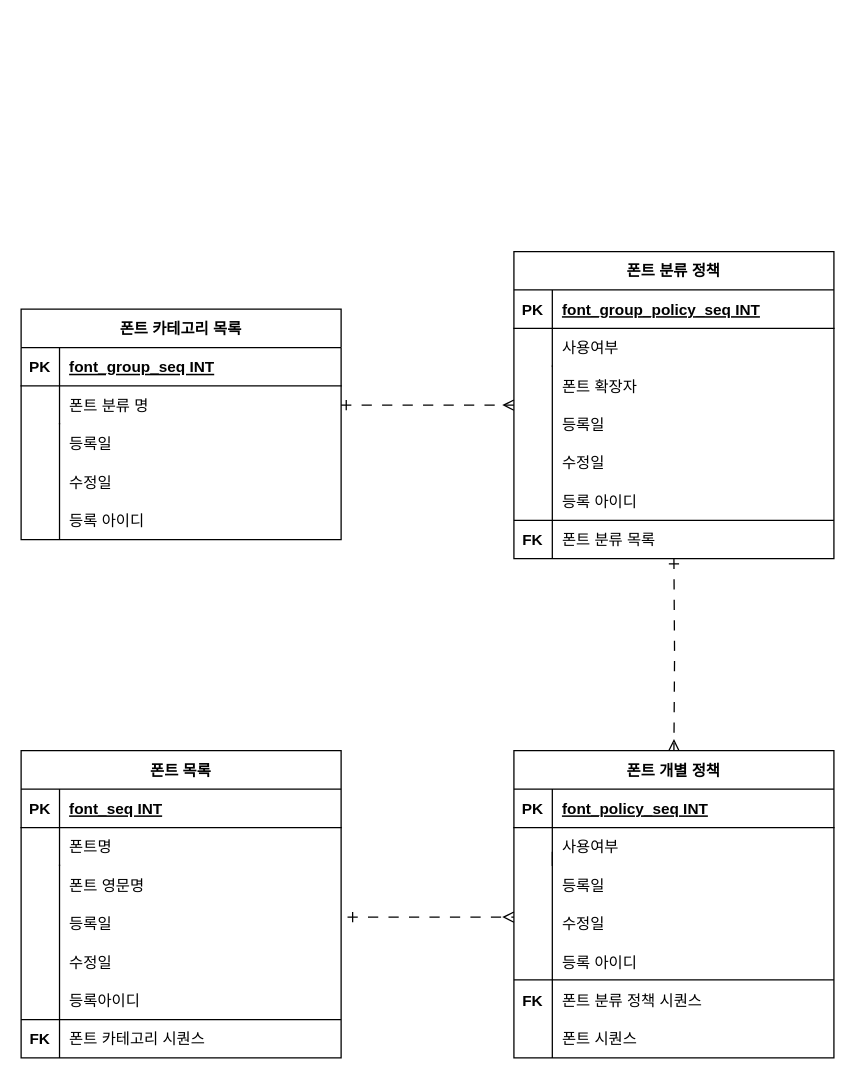
Earlier version of the draw.io diagram 제목 없는 다이어그램.drawio (lkis71/core). Source tidied: cells renumbered, new cells numbered last; positions are measured from the earlier drawing's top-left corner, leaving out a move shared by most shapes. Both pictures are drawn from the tidied source at 128%, with x=0, y=0 at pixel (20, 251).
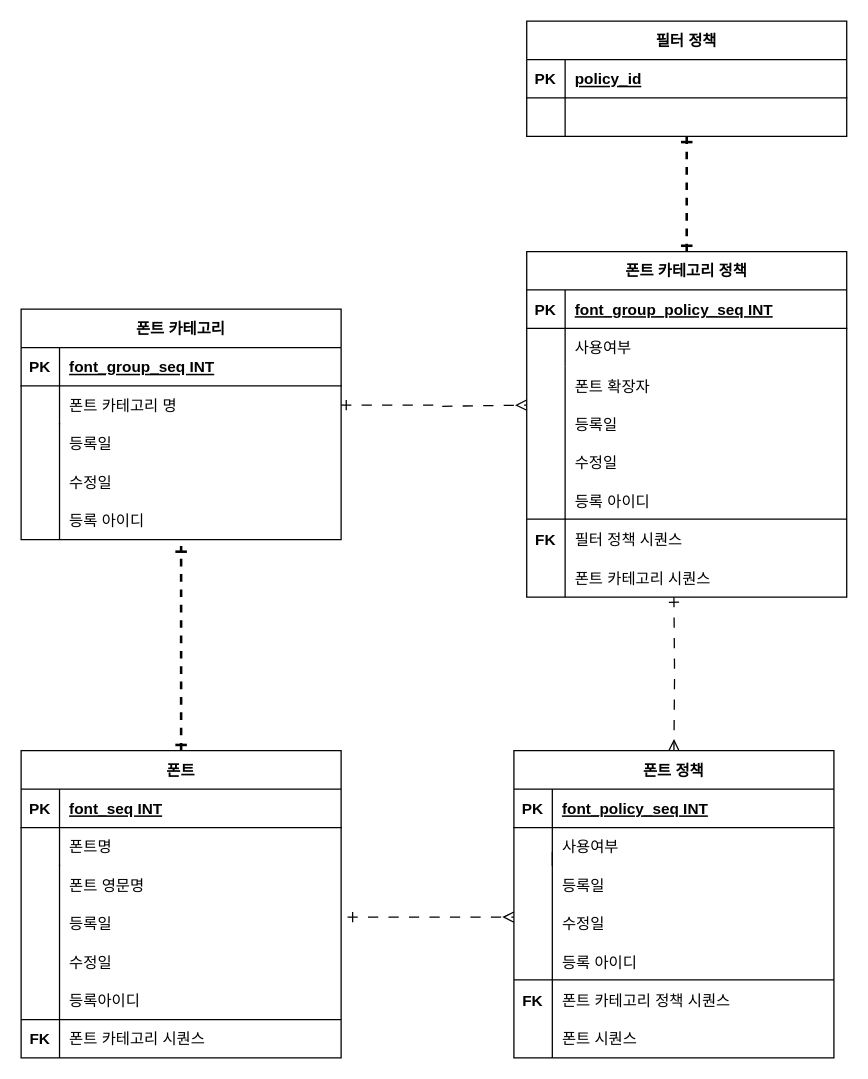
Above is the later version.

Commit message:
제목 없는 다이어그램.drawio 업데이트

The change refers to these unchanged cells:
```xml
<mxCell id="16" style="shape=partialRectangle;fillColor=none;top=0;left=0;right=0;bottom=1;" parent="15" vertex="1">
  <mxGeometry y="30" width="250" height="30" as="geometry" />
</mxCell>
<mxCell id="19" style="shape=partialRectangle;fillColor=none;points=[[0,0.5],[1,0.5]];portConstraint=eastwest;top=0;left=0;right=0;bottom=0;" parent="15" vertex="1">
  <mxGeometry y="60" width="250" height="30" as="geometry" />
</mxCell>
<mxCell id="49" style="shape=partialRectangle;fillColor=none;points=[[0,0.5],[1,0.5]];portConstraint=eastwest;top=0;left=0;right=0;bottom=0;" parent="45" vertex="1">
  <mxGeometry y="60" width="250" height="30" as="geometry" />
</mxCell>
```

What changed in the source:
```diff
@@
-    <mxCell id="2" value="폰트 목록" style="shape=table;startSize=30;childLayout=tableLayout;rowLines=0;fontStyle=1;align=center;" parent="1" vertex="1">
+    <mxCell id="2" value="폰트" style="shape=table;startSize=30;childLayout=tableLayout;rowLines=0;fontStyle=1;align=center;" parent="1" vertex="1">
       <mxGeometry y="390" width="250" height="240" as="geometry" />
     </mxCell>
@@
-    <mxCell id="15" value="폰트 분류 정책" style="shape=table;startSize=30;childLayout=tableLayout;rowLines=0;fontStyle=1;align=center;" parent="1" vertex="1">
-      <mxGeometry x="385" width="250" height="240" as="geometry" />
+    <mxCell id="15" value="필터 정책" style="shape=table;startSize=30;childLayout=tableLayout;rowLines=0;fontStyle=1;align=center;" parent="1" vertex="1">
+      <mxGeometry x="395" y="-180" width="250" height="90" as="geometry" />
     </mxCell>
@@
-    <mxCell id="18" value="font_group_policy_seq INT" style="shape=partialRectangle;overflow=hidden;fillColor=none;top=0;left=0;bottom=0;right=0;align=left;spacingLeft=6;fontStyle=5;" parent="16" vertex="1">
+    <mxCell id="18" value="policy_id" style="shape=partialRectangle;overflow=hidden;fillColor=none;top=0;left=0;bottom=0;right=0;align=left;spacingLeft=6;fontStyle=5;" parent="16" vertex="1">
       <mxGeometry x="30" width="220" height="30" as="geometry" />
     </mxCell>
@@
-    <mxCell id="21" value="사용여부" style="shape=partialRectangle;overflow=hidden;fillColor=none;top=0;left=0;bottom=0;right=0;align=left;spacingLeft=6;" parent="19" vertex="1">
+    <mxCell id="21" style="shape=partialRectangle;overflow=hidden;fillColor=none;top=0;left=0;bottom=0;right=0;align=left;spacingLeft=6;" parent="19" vertex="1">
       <mxGeometry x="30" width="220" height="30" as="geometry" />
     </mxCell>
@@
     <mxCell id="24" value="폰트 확장자" style="shape=partialRectangle;overflow=hidden;fillColor=none;top=0;left=0;bottom=0;right=0;align=left;spacingLeft=6;" parent="1" vertex="1">
-      <mxGeometry x="415" y="90" width="220" height="30" as="geometry" />
+      <mxGeometry x="425" y="90" width="220" height="30" as="geometry" />
     </mxCell>
     <mxCell id="25" value="등록일" style="shape=partialRectangle;overflow=hidden;fillColor=none;top=0;left=0;bottom=0;right=0;align=left;spacingLeft=6;" parent="1" vertex="1">
-      <mxGeometry x="415" y="120" width="220" height="30" as="geometry" />
+      <mxGeometry x="425" y="120" width="220" height="30" as="geometry" />
     </mxCell>
     <mxCell id="26" value="수정일" style="shape=partialRectangle;overflow=hidden;fillColor=none;top=0;left=0;bottom=0;right=0;align=left;spacingLeft=6;" parent="1" vertex="1">
-      <mxGeometry x="415" y="150" width="220" height="30" as="geometry" />
+      <mxGeometry x="425" y="150" width="220" height="30" as="geometry" />
     </mxCell>
     <mxCell id="27" value="등록 아이디" style="shape=partialRectangle;overflow=hidden;fillColor=none;top=0;left=0;bottom=0;right=0;align=left;spacingLeft=6;" parent="1" vertex="1">
-      <mxGeometry x="415" y="180" width="220" height="30" as="geometry" />
+      <mxGeometry x="425" y="180" width="220" height="30" as="geometry" />
     </mxCell>
     <mxCell id="28" style="endArrow=none;html=1;rounded=0;" parent="1" edge="1">
       <mxGeometry relative="1" as="geometry">
-        <mxPoint x="415" y="240" as="sourcePoint" />
-        <mxPoint x="415" y="89" as="targetPoint" />
+        <mxPoint x="425" y="270" as="sourcePoint" />
+        <mxPoint x="425" y="90" as="targetPoint" />
       </mxGeometry>
     </mxCell>
     <mxCell id="29" value="FK" style="shape=partialRectangle;overflow=hidden;fillColor=none;top=0;left=0;bottom=0;right=0;fontStyle=1;" parent="1" vertex="1">
-      <mxGeometry x="385" y="210" width="30" height="30" as="geometry" />
+      <mxGeometry x="395" y="210" width="30" height="30" as="geometry" />
     </mxCell>
     <mxCell id="30" style="endArrow=none;html=1;rounded=0;" parent="1" edge="1">
       <mxGeometry relative="1" as="geometry">
-        <mxPoint x="385" y="210" as="sourcePoint" />
-        <mxPoint x="635" y="210" as="targetPoint" />
+        <mxPoint x="395" y="209" as="sourcePoint" />
+        <mxPoint x="645" y="209" as="targetPoint" />
       </mxGeometry>
     </mxCell>
-    <mxCell id="31" value="폰트 개별 정책" style="shape=table;startSize=30;childLayout=tableLayout;rowLines=0;fontStyle=1;align=center;" parent="1" vertex="1">
+    <mxCell id="31" value="폰트 정책" style="shape=table;startSize=30;childLayout=tableLayout;rowLines=0;fontStyle=1;align=center;" parent="1" vertex="1">
       <mxGeometry x="385" y="390" width="250" height="240" as="geometry" />
     </mxCell>
@@
-    <mxCell id="38" value="폰트 분류 정책 시퀀스" style="shape=partialRectangle;overflow=hidden;fillColor=none;top=0;left=0;bottom=0;right=0;align=left;spacingLeft=6;" parent="1" vertex="1">
+    <mxCell id="38" value="폰트 카테고리 정책 시퀀스" style="shape=partialRectangle;overflow=hidden;fillColor=none;top=0;left=0;bottom=0;right=0;align=left;spacingLeft=6;" parent="1" vertex="1">
       <mxGeometry x="415" y="570" width="220" height="30" as="geometry" />
     </mxCell>
@@
-    <mxCell id="45" value="폰트 카테고리 목록" style="shape=table;startSize=30;childLayout=tableLayout;rowLines=0;fontStyle=1;align=center;" parent="1" vertex="1">
+    <mxCell id="45" value="폰트 카테고리" style="shape=table;startSize=30;childLayout=tableLayout;rowLines=0;fontStyle=1;align=center;" parent="1" vertex="1">
       <mxGeometry y="45" width="250" height="180" as="geometry" />
     </mxCell>
@@
-    <mxCell id="51" value="폰트 분류 명" style="shape=partialRectangle;overflow=hidden;fillColor=none;top=0;left=0;bottom=0;right=0;align=left;spacingLeft=6;" parent="49" vertex="1">
+    <mxCell id="51" value="폰트 카테고리 명" style="shape=partialRectangle;overflow=hidden;fillColor=none;top=0;left=0;bottom=0;right=0;align=left;spacingLeft=6;" parent="49" vertex="1">
       <mxGeometry x="30" width="220" height="30" as="geometry" />
     </mxCell>
@@
-    <mxCell id="56" value="폰트 분류 목록" style="shape=partialRectangle;overflow=hidden;fillColor=none;top=0;left=0;bottom=0;right=0;align=left;spacingLeft=6;" parent="1" vertex="1">
-      <mxGeometry x="415" y="210" width="220" height="30" as="geometry" />
+    <mxCell id="56" value="필터 정책 시퀀스" style="shape=partialRectangle;overflow=hidden;fillColor=none;top=0;left=0;bottom=0;right=0;align=left;spacingLeft=6;" parent="1" vertex="1">
+      <mxGeometry x="425" y="210" width="220" height="30" as="geometry" />
     </mxCell>
@@
-    <mxCell id="58" style="edgeStyle=orthogonalEdgeStyle;rounded=0;jettySize=auto;html=1;exitX=1;exitY=0.5;exitDx=0;exitDy=0;entryX=0;entryY=0.5;entryDx=0;entryDy=0;dashed=1;dashPattern=8 8;endArrow=ERmany;endFill=0;startArrow=ERone;startFill=0;" parent="1" edge="1" source="49" target="15">
-      <mxGeometry relative="1" as="geometry" />
+    <mxCell id="58" style="edgeStyle=orthogonalEdgeStyle;rounded=0;jettySize=auto;html=1;exitX=1;exitY=0.5;exitDx=0;exitDy=0;dashed=1;dashPattern=8 8;endArrow=ERmany;endFill=0;startArrow=ERone;startFill=0;" parent="1" edge="1" source="49">
+      <mxGeometry relative="1" as="geometry">
+        <mxPoint x="395" y="120" as="targetPoint" />
+        <Array as="points">
+          <mxPoint x="323" y="120" />
+          <mxPoint x="323" y="121" />
+        </Array>
+      </mxGeometry>
     </mxCell>
     <mxCell id="59" style="edgeStyle=orthogonalEdgeStyle;rounded=0;jettySize=auto;html=1;entryX=0.5;entryY=0;entryDx=0;entryDy=0;dashed=1;dashPattern=8 8;endArrow=ERmany;endFill=0;startArrow=ERone;startFill=0;" parent="1" edge="1" target="31">
       <mxGeometry relative="1" as="geometry">
-        <mxPoint x="510" y="240" as="sourcePoint" />
+        <mxPoint x="510" y="270" as="sourcePoint" />
       </mxGeometry>
     </mxCell>
@@
+    <mxCell id="61" value="폰트 카테고리 정책" style="shape=table;startSize=30;childLayout=tableLayout;rowLines=0;fontStyle=1;align=center;" parent="1" vertex="1">
+      <mxGeometry x="395" width="250" height="270" as="geometry" />
+    </mxCell>
+    <mxCell id="62" style="shape=partialRectangle;fillColor=none;top=0;left=0;right=0;bottom=1;" parent="61" vertex="1">
+      <mxGeometry y="30" width="250" height="30" as="geometry" />
+    </mxCell>
+    <mxCell id="63" value="PK" style="shape=partialRectangle;overflow=hidden;fillColor=none;top=0;left=0;bottom=0;right=0;fontStyle=1;" parent="62" vertex="1">
+      <mxGeometry width="30" height="30" as="geometry" />
+    </mxCell>
+    <mxCell id="64" value="font_group_policy_seq INT" style="shape=partialRectangle;overflow=hidden;fillColor=none;top=0;left=0;bottom=0;right=0;align=left;spacingLeft=6;fontStyle=5;" parent="62" vertex="1">
+      <mxGeometry x="30" width="220" height="30" as="geometry" />
+    </mxCell>
+    <mxCell id="65" style="shape=partialRectangle;fillColor=none;top=0;left=0;right=0;bottom=0;" parent="61" vertex="1">
+      <mxGeometry y="60" width="250" height="30" as="geometry" />
+    </mxCell>
+    <mxCell id="66" style="shape=partialRectangle;overflow=hidden;fillColor=none;top=0;left=0;bottom=0;right=0;" parent="65" vertex="1">
+      <mxGeometry width="30" height="30" as="geometry" />
+    </mxCell>
+    <mxCell id="67" value="사용여부" style="shape=partialRectangle;overflow=hidden;fillColor=none;top=0;left=0;bottom=0;right=0;align=left;spacingLeft=6;" parent="65" vertex="1">
+      <mxGeometry x="30" width="220" height="30" as="geometry" />
+    </mxCell>
+    <mxCell id="68" style="endArrow=ERone;dashed=1;html=1;strokeWidth=2;rounded=0;exitX=0.5;exitY=0;exitDx=0;exitDy=0;startArrow=ERone;startFill=0;endFill=0;" parent="1" edge="1" source="61" target="19">
+      <mxGeometry relative="1" as="geometry" />
+    </mxCell>
+    <mxCell id="69" value="폰트 카테고리 시퀀스" style="shape=partialRectangle;overflow=hidden;fillColor=none;top=0;left=0;bottom=0;right=0;align=left;spacingLeft=6;" parent="1" vertex="1">
+      <mxGeometry x="425" y="240" width="220" height="30" as="geometry" />
+    </mxCell>
+    <mxCell id="70" style="endArrow=ERone;dashed=1;html=1;strokeWidth=2;rounded=0;exitX=0.5;exitY=0;exitDx=0;exitDy=0;startArrow=ERone;startFill=0;endFill=0;" parent="1" edge="1" source="2">
+      <mxGeometry relative="1" as="geometry">
+        <mxPoint x="125" y="230" as="targetPoint" />
+      </mxGeometry>
+    </mxCell>
```
